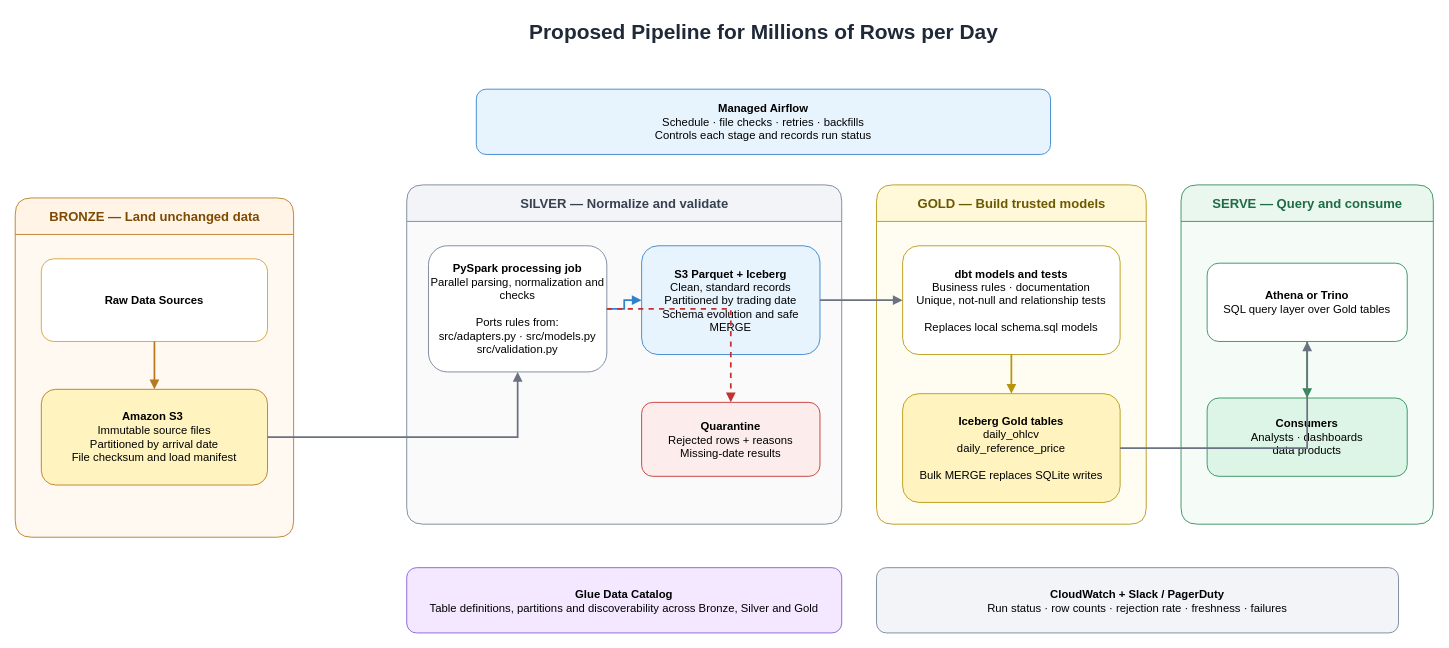
gideonler/hako-pipeline keeps this draw.io diagram as docs/scaled-pipeline-architecture.drawio. Above is the earlier version. Source tidied: cells renumbered, new cells numbered last; positions are measured from the earlier drawing's top-left corner, leaving out a move shared by most shapes. Both pictures are drawn from the tidied source at 87%, with x=0, y=0 at pixel (15, 15).
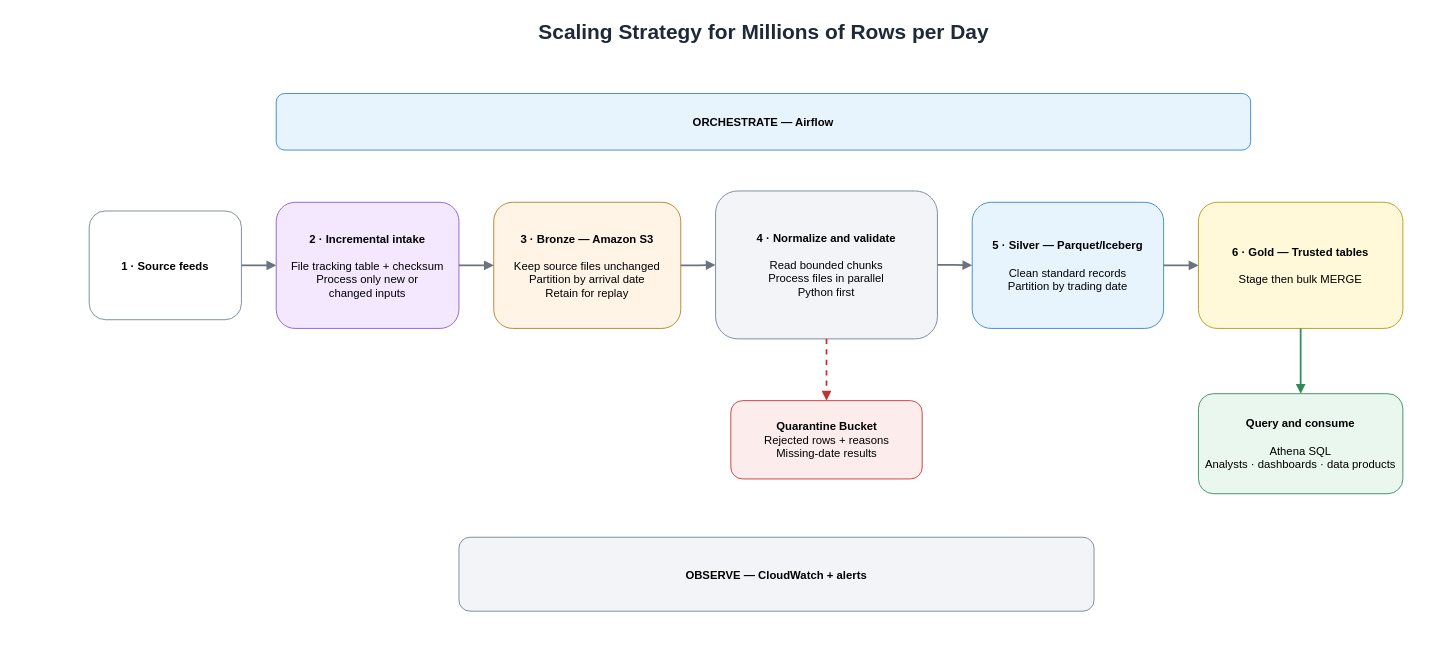
The same page after the edit.

Commit message (it also covers changes not shown here):
added scaled pipeline

What changed in the source:
```diff
@@
-    <mxCell id="2" value="Proposed Pipeline for Millions of Rows per Day" style="text;html=1;align=center;verticalAlign=middle;fontSize=24;fontStyle=1;fontColor=#1F2937;" parent="1" vertex="1">
-      <mxGeometry x="500" width="720" height="40" as="geometry" />
+    <mxCell id="2" value="Scaling Strategy for Millions of Rows per Day" style="text;html=1;align=center;verticalAlign=middle;fontSize=24;fontStyle=1;fontColor=#1F2937;" parent="1" vertex="1">
+      <mxGeometry x="480" width="760" height="40" as="geometry" />
     </mxCell>
-    <mxCell id="3" value="&lt;b&gt;Managed Airflow&lt;/b&gt;&lt;br&gt;Schedule · file checks · retries · backfills&lt;br&gt;Controls each stage and records run status" style="rounded=1;whiteSpace=wrap;html=1;fillColor=#E8F4FD;strokeColor=#3182CE;fontSize=13;" parent="1" vertex="1">
-      <mxGeometry x="530" y="85" width="660" height="75" as="geometry" />
+    <mxCell id="3" value="&lt;b&gt;ORCHESTRATE — Airflow&lt;/b&gt;" style="rounded=1;whiteSpace=wrap;html=1;fillColor=#E8F4FD;strokeColor=#3182CE;fontSize=13;" parent="1" vertex="1">
+      <mxGeometry x="300" y="90" width="1120" height="65" as="geometry" />
     </mxCell>
+    <mxCell id="5" value="&lt;b&gt;1 · Source feeds&lt;/b&gt;" style="rounded=1;whiteSpace=wrap;html=1;fillColor=#FFFFFF;strokeColor=#718096;fontSize=13;" parent="1" vertex="1">
+      <mxGeometry x="85" y="225" width="175" height="125" as="geometry" />
+    </mxCell>
+    <mxCell id="27" value="&lt;b&gt;2 · Incremental intake&lt;/b&gt;&lt;br&gt;&lt;br&gt;File tracking table + checksum&lt;br&gt;Process only new or&lt;br&gt;changed inputs" style="rounded=1;whiteSpace=wrap;html=1;fillColor=#F3E8FF;strokeColor=#805AD5;fontSize=13;" parent="1" vertex="1">
+      <mxGeometry x="300" y="215" width="210" height="145" as="geometry" />
+    </mxCell>
-    <mxCell id="4" value="BRONZE — Land unchanged data" style="swimlane;html=1;startSize=42;horizontal=1;rounded=1;fillColor=#FFF4E6;swimlaneFillColor=#FFF9F1;strokeColor=#B7791F;fontColor=#7C4A03;fontStyle=1;fontSize=15;" parent="1" vertex="1">
-      <mxGeometry y="210" width="320" height="390" as="geometry" />
+    <mxCell id="4" value="&lt;b&gt;3 · Bronze — Amazon S3&lt;/b&gt;&lt;br&gt;&lt;br&gt;Keep source files unchanged&lt;br&gt;Partition by arrival date&lt;br&gt;Retain for replay" style="rounded=1;whiteSpace=wrap;html=1;fillColor=#FFF4E6;strokeColor=#B7791F;fontSize=13;" parent="1" vertex="1">
+      <mxGeometry x="550" y="215" width="215" height="145" as="geometry" />
     </mxCell>
-    <mxCell id="5" value="&lt;b&gt;Raw Data Sources&lt;/b&gt;" style="rounded=1;whiteSpace=wrap;html=1;fillColor=#FFFFFF;strokeColor=#D69E2E;fontSize=13;" parent="4" vertex="1">
-      <mxGeometry x="30" y="70" width="260" height="95" as="geometry" />
-    </mxCell>
-    <mxCell id="6" value="&lt;b&gt;Amazon S3&amp;nbsp;&lt;/b&gt;&lt;br&gt;Immutable source files&lt;br&gt;Partitioned by arrival date&lt;br&gt;File checksum and load manifest" style="rounded=1;whiteSpace=wrap;html=1;fillColor=#FFF4BF;strokeColor=#B7791F;fontSize=13;" parent="4" vertex="1">
-      <mxGeometry x="30" y="220" width="260" height="110" as="geometry" />
-    </mxCell>
-    <mxCell id="7" style="edgeStyle=orthogonalEdgeStyle;rounded=0;html=1;strokeColor=#B7791F;strokeWidth=2;endArrow=block;endFill=1;" parent="4" edge="1" source="5" target="6">
-      <mxGeometry relative="1" as="geometry" />
-    </mxCell>
+    <mxCell id="28" value="&lt;b&gt;4 · Normalize and validate&lt;/b&gt;&lt;br&gt;&lt;br&gt;Read bounded chunks&lt;br&gt;Process files in parallel&lt;br&gt;Python first" style="rounded=1;whiteSpace=wrap;html=1;fillColor=#F2F4F7;strokeColor=#718096;fontSize=13;" parent="1" vertex="1">
+      <mxGeometry x="805" y="202" width="255" height="170" as="geometry" />
+    </mxCell>
-    <mxCell id="8" value="SILVER — Normalize and validate" style="swimlane;html=1;startSize=42;horizontal=1;rounded=1;fillColor=#F2F4F7;swimlaneFillColor=#FAFAFA;strokeColor=#718096;fontColor=#374151;fontStyle=1;fontSize=15;" parent="1" vertex="1">
-      <mxGeometry x="450" y="195" width="500" height="390" as="geometry" />
+    <mxCell id="8" value="&lt;b&gt;5 · Silver — Parquet/Iceberg&lt;/b&gt;&lt;br&gt;&lt;br&gt;Clean standard records&lt;br&gt;Partition by trading date" style="rounded=1;whiteSpace=wrap;html=1;fillColor=#E8F4FD;strokeColor=#3182CE;fontSize=13;" parent="1" vertex="1">
+      <mxGeometry x="1100" y="215" width="220" height="145" as="geometry" />
     </mxCell>
-    <mxCell id="9" value="&lt;b&gt;PySpark processing job&lt;/b&gt;&lt;br&gt;Parallel parsing, normalization and checks&lt;br&gt;&lt;br&gt;Ports rules from:&lt;br&gt;src/adapters.py · src/models.py&lt;br&gt;src/validation.py" style="rounded=1;whiteSpace=wrap;html=1;fillColor=#FFFFFF;strokeColor=#718096;fontSize=13;" parent="8" vertex="1">
-      <mxGeometry x="25" y="70" width="205" height="145" as="geometry" />
-    </mxCell>
-    <mxCell id="10" value="&lt;b&gt;S3 Parquet + Iceberg&lt;/b&gt;&lt;br&gt;Clean, standard records&lt;br&gt;Partitioned by trading date&lt;br&gt;Schema evolution and safe MERGE" style="rounded=1;whiteSpace=wrap;html=1;fillColor=#E8F4FD;strokeColor=#3182CE;fontSize=13;" parent="8" vertex="1">
-      <mxGeometry x="270" y="70" width="205" height="125" as="geometry" />
-    </mxCell>
+    <mxCell id="14" value="&lt;b&gt;6 · Gold — Trusted tables&lt;/b&gt;&lt;br&gt;&lt;br&gt;Stage then bulk MERGE" style="rounded=1;whiteSpace=wrap;html=1;fillColor=#FFF8D9;strokeColor=#B7950B;fontSize=13;" parent="1" vertex="1">
+      <mxGeometry x="1360" y="215" width="235" height="145" as="geometry" />
+    </mxCell>
+    <mxCell id="29" style="edgeStyle=orthogonalEdgeStyle;rounded=0;html=1;strokeColor=#6B7280;strokeWidth=2;endArrow=block;endFill=1;" parent="1" edge="1" source="5" target="27">
+      <mxGeometry relative="1" as="geometry" />
+    </mxCell>
+    <mxCell id="30" style="edgeStyle=orthogonalEdgeStyle;rounded=0;html=1;strokeColor=#6B7280;strokeWidth=2;endArrow=block;endFill=1;" parent="1" edge="1" source="27" target="4">
+      <mxGeometry relative="1" as="geometry" />
+    </mxCell>
+    <mxCell id="31" style="edgeStyle=orthogonalEdgeStyle;rounded=0;html=1;strokeColor=#6B7280;strokeWidth=2;endArrow=block;endFill=1;" parent="1" edge="1" source="4" target="28">
+      <mxGeometry relative="1" as="geometry" />
+    </mxCell>
+    <mxCell id="32" style="edgeStyle=orthogonalEdgeStyle;rounded=0;html=1;strokeColor=#6B7280;strokeWidth=2;endArrow=block;endFill=1;" parent="1" edge="1" source="28" target="8">
+      <mxGeometry relative="1" as="geometry" />
+    </mxCell>
+    <mxCell id="33" style="edgeStyle=orthogonalEdgeStyle;rounded=0;html=1;strokeColor=#6B7280;strokeWidth=2;endArrow=block;endFill=1;" parent="1" edge="1" source="8" target="14">
+      <mxGeometry relative="1" as="geometry" />
+    </mxCell>
-    <mxCell id="11" value="&lt;b&gt;Quarantine&lt;/b&gt;&lt;br&gt;Rejected rows + reasons&lt;br&gt;Missing-date results" style="rounded=1;whiteSpace=wrap;html=1;fillColor=#FDECEC;strokeColor=#C53030;fontSize=13;" parent="8" vertex="1">
-      <mxGeometry x="270" y="250" width="205" height="85" as="geometry" />
+    <mxCell id="11" value="&lt;b&gt;Quarantine Bucket&lt;/b&gt;&lt;br&gt;Rejected rows + reasons&lt;br&gt;Missing-date results" style="rounded=1;whiteSpace=wrap;html=1;fillColor=#FDECEC;strokeColor=#C53030;fontSize=13;" parent="1" vertex="1">
+      <mxGeometry x="822.5" y="443" width="220" height="90" as="geometry" />
     </mxCell>
-    <mxCell id="12" style="edgeStyle=orthogonalEdgeStyle;rounded=0;html=1;strokeColor=#3182CE;strokeWidth=2;endArrow=block;endFill=1;" parent="8" edge="1" source="9" target="10">
-      <mxGeometry relative="1" as="geometry" />
-    </mxCell>
-    <mxCell id="13" style="edgeStyle=orthogonalEdgeStyle;rounded=0;html=1;strokeColor=#C53030;strokeWidth=2;dashed=1;endArrow=block;endFill=1;" parent="8" edge="1" source="9" target="11">
-      <mxGeometry relative="1" as="geometry" />
-    </mxCell>
-    <mxCell id="14" value="GOLD — Build trusted models" style="swimlane;html=1;startSize=42;horizontal=1;rounded=1;fillColor=#FFF8D9;swimlaneFillColor=#FFFDF2;strokeColor=#B7950B;fontColor=#6B5900;fontStyle=1;fontSize=15;" parent="1" vertex="1">
-      <mxGeometry x="990" y="195" width="310" height="390" as="geometry" />
-    </mxCell>
-    <mxCell id="15" value="&lt;b&gt;dbt models and tests&lt;/b&gt;&lt;br&gt;Business rules · documentation&lt;br&gt;Unique, not-null and relationship tests&lt;br&gt;&lt;br&gt;Replaces local schema.sql models" style="rounded=1;whiteSpace=wrap;html=1;fillColor=#FFFFFF;strokeColor=#B7950B;fontSize=13;" parent="14" vertex="1">
-      <mxGeometry x="30" y="70" width="250" height="125" as="geometry" />
-    </mxCell>
-    <mxCell id="16" value="&lt;b&gt;Iceberg Gold tables&lt;/b&gt;&lt;br&gt;daily_ohlcv&lt;br&gt;daily_reference_price&lt;br&gt;&lt;br&gt;Bulk MERGE replaces SQLite writes" style="rounded=1;whiteSpace=wrap;html=1;fillColor=#FFF4BF;strokeColor=#B7950B;fontSize=13;" parent="14" vertex="1">
-      <mxGeometry x="30" y="240" width="250" height="125" as="geometry" />
-    </mxCell>
-    <mxCell id="17" style="edgeStyle=orthogonalEdgeStyle;rounded=0;html=1;strokeColor=#B7950B;strokeWidth=2;endArrow=block;endFill=1;" parent="14" edge="1" source="15" target="16">
-      <mxGeometry relative="1" as="geometry" />
-    </mxCell>
-    <mxCell id="18" value="SERVE — Query and consume" style="swimlane;html=1;startSize=42;horizontal=1;rounded=1;fillColor=#E9F7EF;swimlaneFillColor=#F5FCF8;strokeColor=#2E8B57;fontColor=#1F6B45;fontStyle=1;fontSize=15;" parent="1" vertex="1">
-      <mxGeometry x="1340" y="195" width="290" height="390" as="geometry" />
-    </mxCell>
+    <mxCell id="34" style="edgeStyle=orthogonalEdgeStyle;rounded=0;html=1;strokeColor=#C53030;strokeWidth=2;dashed=1;endArrow=block;endFill=1;" parent="1" edge="1" source="28" target="11">
+      <mxGeometry relative="1" as="geometry" />
+    </mxCell>
-    <mxCell id="19" value="&lt;b&gt;Athena or Trino&lt;/b&gt;&lt;br&gt;SQL query layer over Gold tables" style="rounded=1;whiteSpace=wrap;html=1;fillColor=#FFFFFF;strokeColor=#2E8B57;fontSize=13;" parent="18" vertex="1">
-      <mxGeometry x="30" y="90" width="230" height="90" as="geometry" />
+    <mxCell id="19" value="&lt;b&gt;Query and consume&lt;/b&gt;&lt;br&gt;&lt;br&gt;Athena SQL&lt;br&gt;Analysts · dashboards · data products" style="rounded=1;whiteSpace=wrap;html=1;fillColor=#E9F7EF;strokeColor=#2E8B57;fontSize=13;" parent="1" vertex="1">
+      <mxGeometry x="1360" y="435" width="235" height="115" as="geometry" />
     </mxCell>
-    <mxCell id="20" value="&lt;b&gt;Consumers&lt;/b&gt;&lt;br&gt;Analysts · dashboards&lt;br&gt;data products" style="rounded=1;whiteSpace=wrap;html=1;fillColor=#DDF5E6;strokeColor=#2E8B57;fontSize=13;" parent="18" vertex="1">
-      <mxGeometry x="30" y="245" width="230" height="90" as="geometry" />
-    </mxCell>
-    <mxCell id="21" style="edgeStyle=orthogonalEdgeStyle;rounded=0;html=1;strokeColor=#2E8B57;strokeWidth=2;endArrow=block;endFill=1;" parent="18" edge="1" source="19" target="20">
-      <mxGeometry relative="1" as="geometry" />
-    </mxCell>
-    <mxCell id="22" style="edgeStyle=orthogonalEdgeStyle;rounded=0;html=1;strokeColor=#6B7280;strokeWidth=2;endArrow=block;endFill=1;" parent="1" edge="1" source="6" target="9">
-      <mxGeometry relative="1" as="geometry" />
-    </mxCell>
-    <mxCell id="23" style="edgeStyle=orthogonalEdgeStyle;rounded=0;html=1;strokeColor=#6B7280;strokeWidth=2;endArrow=block;endFill=1;" parent="1" edge="1" source="10" target="15">
-      <mxGeometry relative="1" as="geometry" />
-    </mxCell>
-    <mxCell id="24" style="edgeStyle=orthogonalEdgeStyle;rounded=0;html=1;strokeColor=#6B7280;strokeWidth=2;endArrow=block;endFill=1;" parent="1" edge="1" source="16" target="19">
-      <mxGeometry relative="1" as="geometry" />
-    </mxCell>
-    <mxCell id="25" value="&lt;b&gt;Glue Data Catalog&lt;/b&gt;&lt;br&gt;Table definitions, partitions and discoverability across Bronze, Silver and Gold" style="rounded=1;whiteSpace=wrap;html=1;fillColor=#F3E8FF;strokeColor=#805AD5;fontSize=13;" parent="1" vertex="1">
-      <mxGeometry x="450" y="635" width="500" height="75" as="geometry" />
-    </mxCell>
+    <mxCell id="35" style="edgeStyle=orthogonalEdgeStyle;rounded=0;html=1;strokeColor=#2E8B57;strokeWidth=2;endArrow=block;endFill=1;" parent="1" edge="1" source="14" target="19">
+      <mxGeometry relative="1" as="geometry" />
+    </mxCell>
-    <mxCell id="26" value="&lt;b&gt;CloudWatch + Slack / PagerDuty&lt;/b&gt;&lt;br&gt;Run status · row counts · rejection rate · freshness · failures" style="rounded=1;whiteSpace=wrap;html=1;fillColor=#F2F4F7;strokeColor=#718096;fontSize=13;" parent="1" vertex="1">
-      <mxGeometry x="990" y="635" width="600" height="75" as="geometry" />
+    <mxCell id="26" value="&lt;b&gt;OBSERVE — CloudWatch + alerts&lt;/b&gt;" style="rounded=1;whiteSpace=wrap;html=1;fillColor=#F2F4F7;strokeColor=#718096;fontSize=13;" parent="1" vertex="1">
+      <mxGeometry x="510" y="600" width="730" height="85" as="geometry" />
     </mxCell>
```
